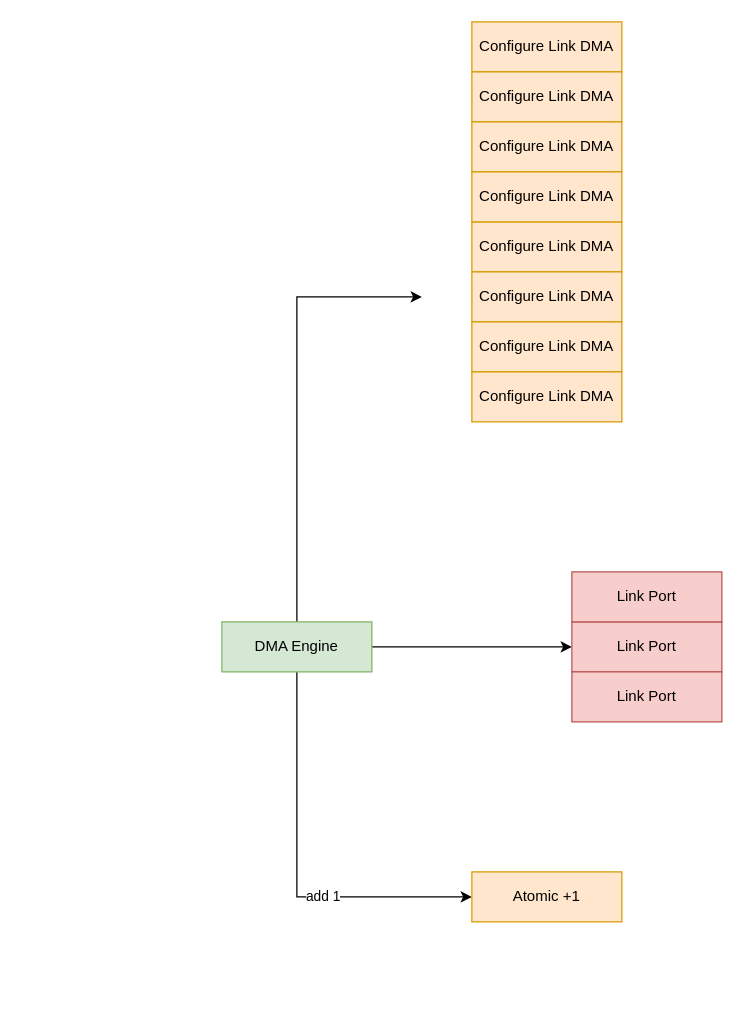
Earlier version of the draw.io diagram DMA_LINK_WorkFlow.drawio (BEYHHH/SBLP). Source tidied: cells renumbered, new cells numbered last; positions are measured from the earlier drawing's top-left corner, leaving out a move shared by most shapes. Both pictures are drawn from the tidied source at 125%, with x=0, y=0 at pixel (221, 21).
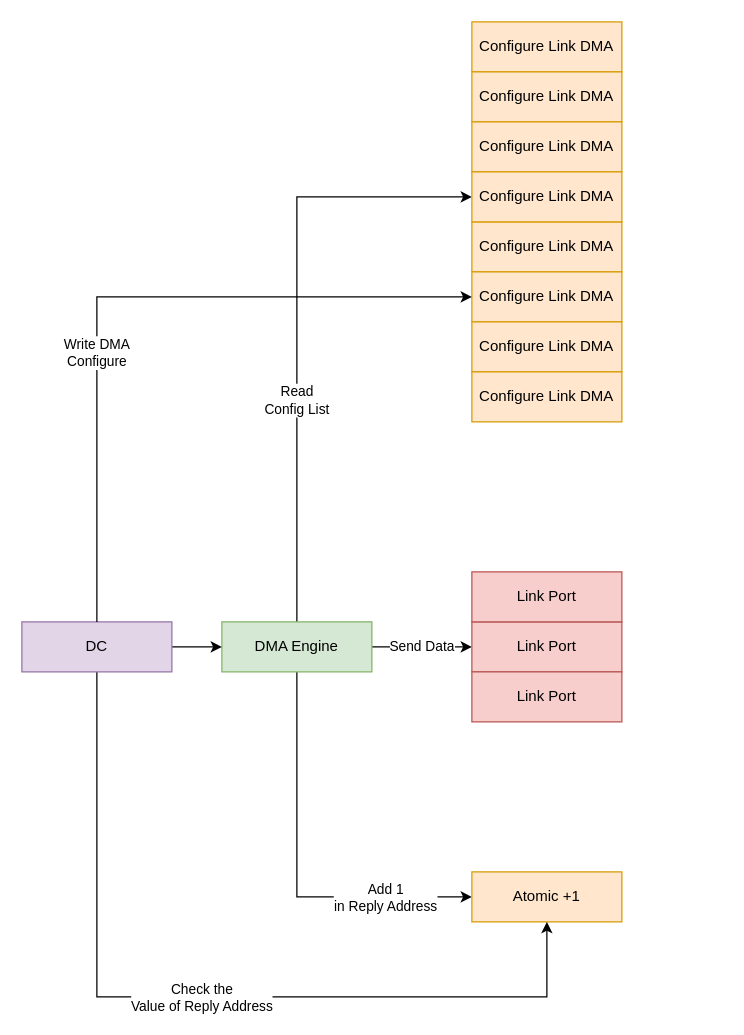
After the change.

The change refers to these unchanged cells:
```xml
<mxCell id="2" style="edgeStyle=orthogonalEdgeStyle;rounded=0;jettySize=auto;html=1;" parent="1" edge="1" source="6" target="7">
  <mxGeometry relative="1" as="geometry">
    <Array as="points">
      <mxPoint x="60" y="700" />
    </Array>
  </mxGeometry>
</mxCell>
<mxCell id="5" style="edgeStyle=orthogonalEdgeStyle;rounded=0;jettySize=auto;html=1;" parent="1" edge="1" source="6" target="9">
  <mxGeometry relative="1" as="geometry" />
</mxCell>
<mxCell id="6" value="DMA Engine" style="rounded=0;whiteSpace=wrap;html=1;fillColor=#d5e8d4;strokeColor=#82b366;" parent="1" vertex="1">
  <mxGeometry y="480" width="120" height="40" as="geometry" />
</mxCell>
<mxCell id="7" value="Atomic +1" style="rounded=0;whiteSpace=wrap;html=1;fillColor=#ffe6cc;strokeColor=#d79b00;" parent="1" vertex="1">
  <mxGeometry x="200" y="680" width="120" height="40" as="geometry" />
</mxCell>
<mxCell id="10" value="Configure Link DMA" style="rounded=0;whiteSpace=wrap;html=1;fillColor=#ffe6cc;strokeColor=#d79b00;" parent="1" vertex="1">
  <mxGeometry x="200" y="200" width="120" height="40" as="geometry" />
</mxCell>
<mxCell id="16" value="Configure Link DMA" style="rounded=0;whiteSpace=wrap;html=1;fillColor=#ffe6cc;strokeColor=#d79b00;" parent="1" vertex="1">
  <mxGeometry x="200" y="120" width="120" height="40" as="geometry" />
</mxCell>
```

What changed in the source:
```diff
@@
-    <mxCell id="3" value="add 1" style="edgeLabel;html=1;align=center;verticalAlign=middle;" parent="2" vertex="1">
-      <mxGeometry x="0.25" y="1" relative="1" as="geometry" />
-    </mxCell>
+    <mxCell id="19" value="Add 1&lt;br&gt;in Reply Address" style="edgeLabel;html=1;align=center;verticalAlign=middle;" parent="2" vertex="1">
+      <mxGeometry x="0.56" relative="1" as="geometry" />
+    </mxCell>
-    <mxCell id="4" style="edgeStyle=orthogonalEdgeStyle;rounded=0;jettySize=auto;html=1;" parent="1" edge="1" source="6">
+    <mxCell id="4" style="edgeStyle=orthogonalEdgeStyle;rounded=0;jettySize=auto;html=1;entryX=0;entryY=0.5;entryDx=0;entryDy=0;" parent="1" edge="1" source="6" target="16">
       <mxGeometry relative="1" as="geometry">
-        <mxPoint x="160" y="220" as="targetPoint" />
         <Array as="points">
-          <mxPoint x="60" y="220" />
+          <mxPoint x="60" y="140" />
         </Array>
       </mxGeometry>
     </mxCell>
+    <mxCell id="20" value="Read&lt;br&gt;Config List" style="edgeLabel;html=1;align=center;verticalAlign=middle;" parent="4" vertex="1">
+      <mxGeometry x="-0.26" y="1" relative="1" as="geometry" />
+    </mxCell>
@@
+    <mxCell id="21" value="Send Data" style="edgeLabel;html=1;align=center;verticalAlign=middle;" parent="5" vertex="1">
+      <mxGeometry x="-0.03" y="1" relative="1" as="geometry" />
+    </mxCell>
@@
     <mxCell id="9" value="Link Port" style="rounded=0;whiteSpace=wrap;html=1;fillColor=#f8cecc;strokeColor=#b85450;" parent="1" vertex="1">
-      <mxGeometry x="280" y="480" width="120" height="40" as="geometry" />
+      <mxGeometry x="200" y="480" width="120" height="40" as="geometry" />
     </mxCell>
@@
     <mxCell id="17" value="Link Port" style="rounded=0;whiteSpace=wrap;html=1;fillColor=#f8cecc;strokeColor=#b85450;" parent="1" vertex="1">
-      <mxGeometry x="280" y="440" width="120" height="40" as="geometry" />
+      <mxGeometry x="200" y="440" width="120" height="40" as="geometry" />
     </mxCell>
     <mxCell id="18" value="Link Port" style="rounded=0;whiteSpace=wrap;html=1;fillColor=#f8cecc;strokeColor=#b85450;" parent="1" vertex="1">
-      <mxGeometry x="280" y="520" width="120" height="40" as="geometry" />
+      <mxGeometry x="200" y="520" width="120" height="40" as="geometry" />
     </mxCell>
+    <mxCell id="22" style="edgeStyle=orthogonalEdgeStyle;rounded=0;jettySize=auto;html=1;" parent="1" edge="1" source="25" target="6">
+      <mxGeometry relative="1" as="geometry" />
+    </mxCell>
+    <mxCell id="23" style="edgeStyle=orthogonalEdgeStyle;rounded=0;jettySize=auto;html=1;entryX=0.5;entryY=1;entryDx=0;entryDy=0;" parent="1" edge="1" source="25" target="7">
+      <mxGeometry relative="1" as="geometry">
+        <Array as="points">
+          <mxPoint x="-100" y="780" />
+          <mxPoint x="260" y="780" />
+        </Array>
+      </mxGeometry>
+    </mxCell>
+    <mxCell id="24" value="Check the&lt;br&gt;Value of Reply Address" style="edgeLabel;html=1;align=center;verticalAlign=middle;" parent="23" vertex="1">
+      <mxGeometry x="0.01" relative="1" as="geometry" />
+    </mxCell>
+    <mxCell id="25" value="DC" style="rounded=0;whiteSpace=wrap;html=1;fillColor=#e1d5e7;strokeColor=#9673a6;" parent="1" vertex="1">
+      <mxGeometry x="-160" y="480" width="120" height="40" as="geometry" />
+    </mxCell>
+    <mxCell id="26" style="endArrow=classic;html=1;rounded=0;exitX=0.5;exitY=0;exitDx=0;exitDy=0;entryX=0;entryY=0.5;entryDx=0;entryDy=0;" parent="1" edge="1" source="25" target="10">
+      <mxGeometry relative="1" as="geometry">
+        <Array as="points">
+          <mxPoint x="-100" y="220" />
+        </Array>
+      </mxGeometry>
+    </mxCell>
+    <mxCell id="27" value="Write DMA&lt;br&gt;Configure" style="edgeLabel;html=1;align=center;verticalAlign=middle;" parent="26" vertex="1">
+      <mxGeometry x="-0.23" y="1" relative="1" as="geometry" />
+    </mxCell>
```
